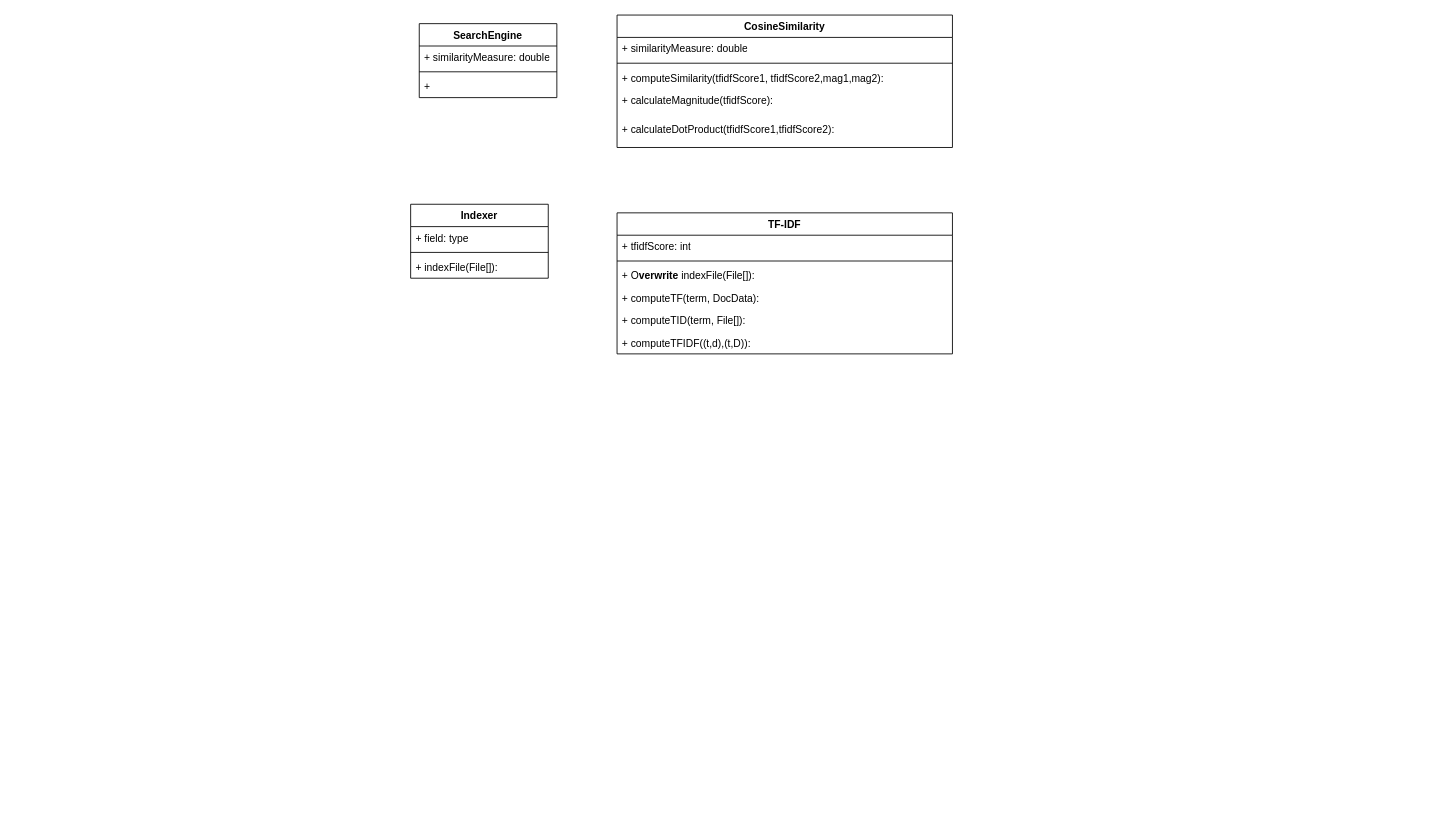
Santin203/Search-Engine keeps this draw.io diagram as indexer_diagram.drawio. Above is the earlier version. Source tidied: cells renumbered, new cells numbered last; positions are measured from the earlier drawing's top-left corner, leaving out a move shared by most shapes. Both pictures are drawn from the tidied source at 86%, with x=0, y=0 at pixel (410, 15).
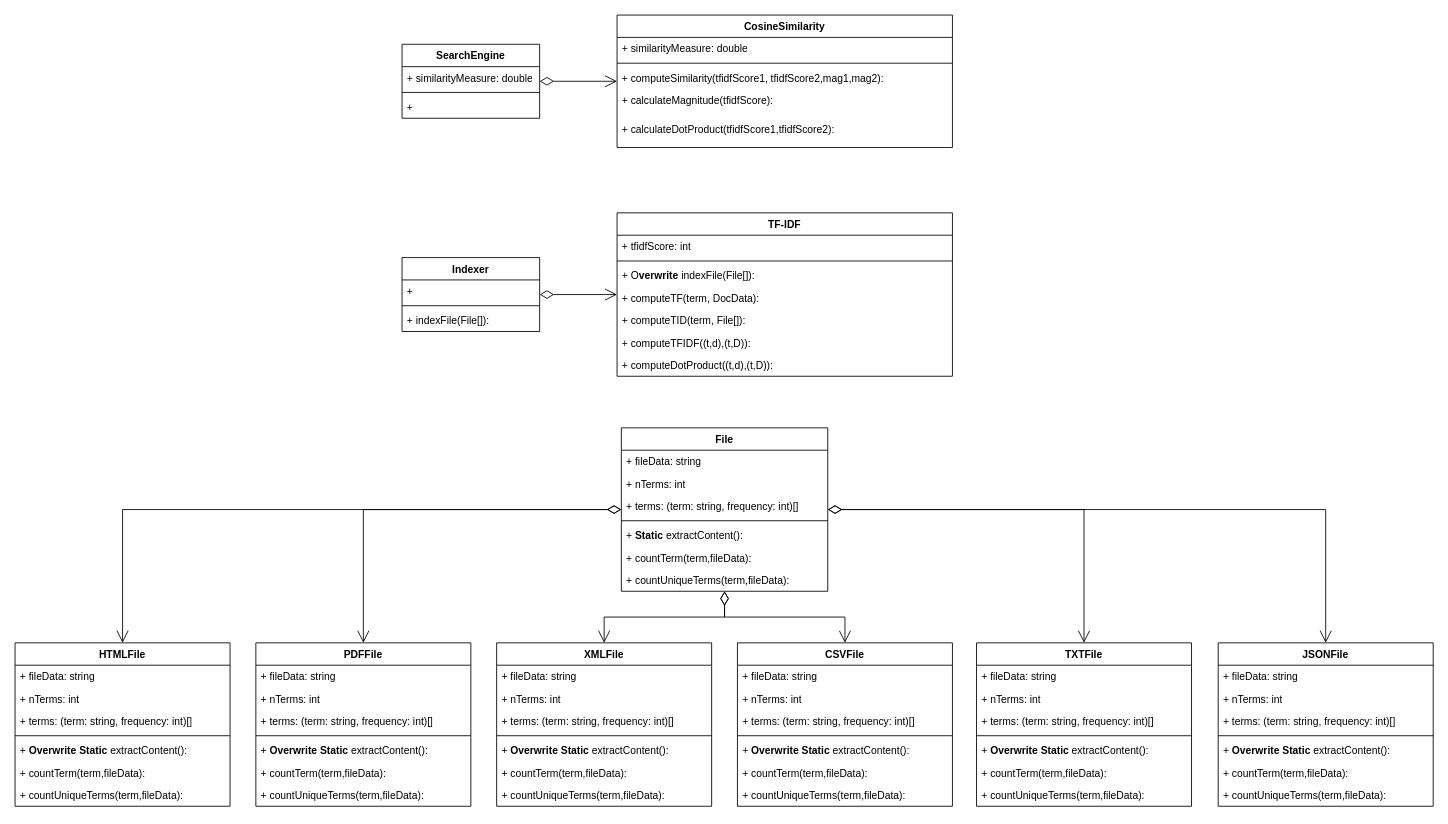
After the change.

The change refers to these unchanged cells:
```xml
<mxCell id="6" value="CosineSimilarity" style="swimlane;fontStyle=1;align=center;verticalAlign=top;horizontal=1;startSize=26;whiteSpace=wrap;html=1;" parent="1" vertex="1">
  <mxGeometry x="240" width="390" height="154" as="geometry" />
</mxCell>
```

Diff of the diagram source:
```diff
@@
     <mxCell id="2" value="SearchEngine" style="swimlane;fontStyle=1;align=center;verticalAlign=top;horizontal=1;startSize=26;whiteSpace=wrap;html=1;" parent="1" vertex="1">
-      <mxGeometry x="10" y="10" width="160" height="86" as="geometry" />
+      <mxGeometry x="-10" y="34" width="160" height="86" as="geometry" />
     </mxCell>
@@
     <mxCell id="12" value="Indexer" style="swimlane;fontStyle=1;align=center;verticalAlign=top;horizontal=1;startSize=26;whiteSpace=wrap;html=1;" parent="1" vertex="1">
-      <mxGeometry y="220" width="160" height="86" as="geometry" />
+      <mxGeometry x="-10" y="282" width="160" height="86" as="geometry" />
     </mxCell>
-    <mxCell id="13" value="+ field: type" style="text;strokeColor=none;fillColor=none;align=left;verticalAlign=top;spacingLeft=4;spacingRight=4;overflow=hidden;whiteSpace=wrap;html=1;" parent="12" vertex="1">
+    <mxCell id="13" value="+&amp;nbsp;" style="text;strokeColor=none;fillColor=none;align=left;verticalAlign=top;spacingLeft=4;spacingRight=4;overflow=hidden;whiteSpace=wrap;html=1;" parent="12" vertex="1">
       <mxGeometry y="26" width="160" height="26" as="geometry" />
     </mxCell>
@@
     <mxCell id="16" value="TF-IDF" style="swimlane;fontStyle=1;align=center;verticalAlign=top;horizontal=1;startSize=26;whiteSpace=wrap;html=1;" parent="1" vertex="1">
-      <mxGeometry x="240" y="230" width="390" height="164" as="geometry" />
+      <mxGeometry x="240" y="230" width="390" height="190" as="geometry" />
     </mxCell>
@@
+    <mxCell id="23" value="+ computeDotProduct((t,d),(t,D)):&amp;nbsp;" style="text;strokeColor=none;fillColor=none;align=left;verticalAlign=top;spacingLeft=4;spacingRight=4;overflow=hidden;whiteSpace=wrap;html=1;" parent="16" vertex="1">
+      <mxGeometry y="164" width="390" height="26" as="geometry" />
+    </mxCell>
+    <mxCell id="24" value="File" style="swimlane;fontStyle=1;align=center;verticalAlign=top;horizontal=1;startSize=26;whiteSpace=wrap;html=1;" parent="1" vertex="1">
+      <mxGeometry x="245" y="480" width="240" height="190" as="geometry" />
+    </mxCell>
+    <mxCell id="25" value="+ fileData: string" style="text;strokeColor=none;fillColor=none;align=left;verticalAlign=top;spacingLeft=4;spacingRight=4;overflow=hidden;whiteSpace=wrap;html=1;" parent="24" vertex="1">
+      <mxGeometry y="26" width="240" height="26" as="geometry" />
+    </mxCell>
+    <mxCell id="26" value="+ nTerms: int" style="text;strokeColor=none;fillColor=none;align=left;verticalAlign=top;spacingLeft=4;spacingRight=4;overflow=hidden;whiteSpace=wrap;html=1;" parent="24" vertex="1">
+      <mxGeometry y="52" width="240" height="26" as="geometry" />
+    </mxCell>
+    <mxCell id="27" value="+ terms: (term: string, frequency: int)[]" style="text;strokeColor=none;fillColor=none;align=left;verticalAlign=top;spacingLeft=4;spacingRight=4;overflow=hidden;whiteSpace=wrap;html=1;" parent="24" vertex="1">
+      <mxGeometry y="78" width="240" height="26" as="geometry" />
+    </mxCell>
+    <mxCell id="28" style="line;strokeWidth=1;fillColor=none;align=left;verticalAlign=middle;spacingTop=-1;spacingLeft=3;spacingRight=3;labelPosition=right;strokeColor=inherit;" parent="24" vertex="1">
+      <mxGeometry y="104" width="240" height="8" as="geometry" />
+    </mxCell>
+    <mxCell id="29" value="+ &lt;b&gt;Static&lt;/b&gt;&amp;nbsp;extractContent():&amp;nbsp;" style="text;strokeColor=none;fillColor=none;align=left;verticalAlign=top;spacingLeft=4;spacingRight=4;overflow=hidden;whiteSpace=wrap;html=1;" parent="24" vertex="1">
+      <mxGeometry y="112" width="240" height="26" as="geometry" />
+    </mxCell>
+    <mxCell id="30" value="+ countTerm(term,fileData):" style="text;strokeColor=none;fillColor=none;align=left;verticalAlign=top;spacingLeft=4;spacingRight=4;overflow=hidden;whiteSpace=wrap;html=1;" parent="24" vertex="1">
+      <mxGeometry y="138" width="240" height="26" as="geometry" />
+    </mxCell>
+    <mxCell id="31" value="+ countUniqueTerms(term,fileData):" style="text;strokeColor=none;fillColor=none;align=left;verticalAlign=top;spacingLeft=4;spacingRight=4;overflow=hidden;whiteSpace=wrap;html=1;" parent="24" vertex="1">
+      <mxGeometry y="164" width="240" height="26" as="geometry" />
+    </mxCell>
+    <mxCell id="32" value="HTMLFile" style="swimlane;fontStyle=1;align=center;verticalAlign=top;horizontal=1;startSize=26;whiteSpace=wrap;html=1;" parent="1" vertex="1">
+      <mxGeometry x="-460" y="730" width="250" height="190" as="geometry" />
+    </mxCell>
+    <mxCell id="33" value="+ fileData: string" style="text;strokeColor=none;fillColor=none;align=left;verticalAlign=top;spacingLeft=4;spacingRight=4;overflow=hidden;whiteSpace=wrap;html=1;" parent="32" vertex="1">
+      <mxGeometry y="26" width="250" height="26" as="geometry" />
+    </mxCell>
+    <mxCell id="34" value="+ nTerms: int" style="text;strokeColor=none;fillColor=none;align=left;verticalAlign=top;spacingLeft=4;spacingRight=4;overflow=hidden;whiteSpace=wrap;html=1;" parent="32" vertex="1">
+      <mxGeometry y="52" width="250" height="26" as="geometry" />
+    </mxCell>
+    <mxCell id="35" value="+ terms: (term: string, frequency: int)[]" style="text;strokeColor=none;fillColor=none;align=left;verticalAlign=top;spacingLeft=4;spacingRight=4;overflow=hidden;whiteSpace=wrap;html=1;" parent="32" vertex="1">
+      <mxGeometry y="78" width="250" height="26" as="geometry" />
+    </mxCell>
+    <mxCell id="36" style="line;strokeWidth=1;fillColor=none;align=left;verticalAlign=middle;spacingTop=-1;spacingLeft=3;spacingRight=3;labelPosition=right;strokeColor=inherit;" parent="32" vertex="1">
+      <mxGeometry y="104" width="250" height="8" as="geometry" />
+    </mxCell>
+    <mxCell id="37" value="+&amp;nbsp;&lt;b style=&quot;background-color: initial;&quot;&gt;Overwrite Static &lt;/b&gt;&lt;span style=&quot;background-color: initial;&quot;&gt;e&lt;/span&gt;&lt;span style=&quot;background-color: initial;&quot;&gt;xtractContent():&lt;/span&gt;" style="text;strokeColor=none;fillColor=none;align=left;verticalAlign=top;spacingLeft=4;spacingRight=4;overflow=hidden;whiteSpace=wrap;html=1;" parent="32" vertex="1">
+      <mxGeometry y="112" width="250" height="26" as="geometry" />
+    </mxCell>
+    <mxCell id="38" value="+ countTerm(term,fileData):" style="text;strokeColor=none;fillColor=none;align=left;verticalAlign=top;spacingLeft=4;spacingRight=4;overflow=hidden;whiteSpace=wrap;html=1;" parent="32" vertex="1">
+      <mxGeometry y="138" width="250" height="26" as="geometry" />
+    </mxCell>
+    <mxCell id="39" value="+ countUniqueTerms(term,fileData):" style="text;strokeColor=none;fillColor=none;align=left;verticalAlign=top;spacingLeft=4;spacingRight=4;overflow=hidden;whiteSpace=wrap;html=1;" parent="32" vertex="1">
+      <mxGeometry y="164" width="250" height="26" as="geometry" />
+    </mxCell>
+    <mxCell id="40" value="JSONFile" style="swimlane;fontStyle=1;align=center;verticalAlign=top;horizontal=1;startSize=26;whiteSpace=wrap;html=1;" parent="1" vertex="1">
+      <mxGeometry x="939" y="730" width="250" height="190" as="geometry" />
+    </mxCell>
+    <mxCell id="41" value="+ fileData: string" style="text;strokeColor=none;fillColor=none;align=left;verticalAlign=top;spacingLeft=4;spacingRight=4;overflow=hidden;whiteSpace=wrap;html=1;" parent="40" vertex="1">
+      <mxGeometry y="26" width="250" height="26" as="geometry" />
+    </mxCell>
+    <mxCell id="42" value="+ nTerms: int" style="text;strokeColor=none;fillColor=none;align=left;verticalAlign=top;spacingLeft=4;spacingRight=4;overflow=hidden;whiteSpace=wrap;html=1;" parent="40" vertex="1">
+      <mxGeometry y="52" width="250" height="26" as="geometry" />
+    </mxCell>
+    <mxCell id="43" value="+ terms: (term: string, frequency: int)[]" style="text;strokeColor=none;fillColor=none;align=left;verticalAlign=top;spacingLeft=4;spacingRight=4;overflow=hidden;whiteSpace=wrap;html=1;" parent="40" vertex="1">
+      <mxGeometry y="78" width="250" height="26" as="geometry" />
+    </mxCell>
+    <mxCell id="44" style="line;strokeWidth=1;fillColor=none;align=left;verticalAlign=middle;spacingTop=-1;spacingLeft=3;spacingRight=3;labelPosition=right;strokeColor=inherit;" parent="40" vertex="1">
+      <mxGeometry y="104" width="250" height="8" as="geometry" />
+    </mxCell>
+    <mxCell id="45" value="+&amp;nbsp;&lt;b style=&quot;background-color: initial;&quot;&gt;Overwrite Static &lt;/b&gt;&lt;span style=&quot;background-color: initial;&quot;&gt;e&lt;/span&gt;&lt;span style=&quot;background-color: initial;&quot;&gt;xtractContent():&lt;/span&gt;" style="text;strokeColor=none;fillColor=none;align=left;verticalAlign=top;spacingLeft=4;spacingRight=4;overflow=hidden;whiteSpace=wrap;html=1;" parent="40" vertex="1">
+      <mxGeometry y="112" width="250" height="26" as="geometry" />
+    </mxCell>
+    <mxCell id="46" value="+ countTerm(term,fileData):" style="text;strokeColor=none;fillColor=none;align=left;verticalAlign=top;spacingLeft=4;spacingRight=4;overflow=hidden;whiteSpace=wrap;html=1;" parent="40" vertex="1">
+      <mxGeometry y="138" width="250" height="26" as="geometry" />
+    </mxCell>
+    <mxCell id="47" value="+ countUniqueTerms(term,fileData):" style="text;strokeColor=none;fillColor=none;align=left;verticalAlign=top;spacingLeft=4;spacingRight=4;overflow=hidden;whiteSpace=wrap;html=1;" parent="40" vertex="1">
+      <mxGeometry y="164" width="250" height="26" as="geometry" />
+    </mxCell>
+    <mxCell id="48" value="TXTFile" style="swimlane;fontStyle=1;align=center;verticalAlign=top;horizontal=1;startSize=26;whiteSpace=wrap;html=1;" parent="1" vertex="1">
+      <mxGeometry x="658" y="730" width="250" height="190" as="geometry" />
+    </mxCell>
+    <mxCell id="49" value="+ fileData: string" style="text;strokeColor=none;fillColor=none;align=left;verticalAlign=top;spacingLeft=4;spacingRight=4;overflow=hidden;whiteSpace=wrap;html=1;" parent="48" vertex="1">
+      <mxGeometry y="26" width="250" height="26" as="geometry" />
+    </mxCell>
+    <mxCell id="50" value="+ nTerms: int" style="text;strokeColor=none;fillColor=none;align=left;verticalAlign=top;spacingLeft=4;spacingRight=4;overflow=hidden;whiteSpace=wrap;html=1;" parent="48" vertex="1">
+      <mxGeometry y="52" width="250" height="26" as="geometry" />
+    </mxCell>
+    <mxCell id="51" value="+ terms: (term: string, frequency: int)[]" style="text;strokeColor=none;fillColor=none;align=left;verticalAlign=top;spacingLeft=4;spacingRight=4;overflow=hidden;whiteSpace=wrap;html=1;" parent="48" vertex="1">
+      <mxGeometry y="78" width="250" height="26" as="geometry" />
+    </mxCell>
+    <mxCell id="52" style="line;strokeWidth=1;fillColor=none;align=left;verticalAlign=middle;spacingTop=-1;spacingLeft=3;spacingRight=3;labelPosition=right;strokeColor=inherit;" parent="48" vertex="1">
+      <mxGeometry y="104" width="250" height="8" as="geometry" />
+    </mxCell>
+    <mxCell id="53" value="+&amp;nbsp;&lt;b style=&quot;background-color: initial;&quot;&gt;Overwrite Static &lt;/b&gt;&lt;span style=&quot;background-color: initial;&quot;&gt;e&lt;/span&gt;&lt;span style=&quot;background-color: initial;&quot;&gt;xtractContent():&lt;/span&gt;" style="text;strokeColor=none;fillColor=none;align=left;verticalAlign=top;spacingLeft=4;spacingRight=4;overflow=hidden;whiteSpace=wrap;html=1;" parent="48" vertex="1">
+      <mxGeometry y="112" width="250" height="26" as="geometry" />
+    </mxCell>
+    <mxCell id="54" value="+ countTerm(term,fileData):" style="text;strokeColor=none;fillColor=none;align=left;verticalAlign=top;spacingLeft=4;spacingRight=4;overflow=hidden;whiteSpace=wrap;html=1;" parent="48" vertex="1">
+      <mxGeometry y="138" width="250" height="26" as="geometry" />
+    </mxCell>
+    <mxCell id="55" value="+ countUniqueTerms(term,fileData):" style="text;strokeColor=none;fillColor=none;align=left;verticalAlign=top;spacingLeft=4;spacingRight=4;overflow=hidden;whiteSpace=wrap;html=1;" parent="48" vertex="1">
+      <mxGeometry y="164" width="250" height="26" as="geometry" />
+    </mxCell>
+    <mxCell id="56" value="CSVFile" style="swimlane;fontStyle=1;align=center;verticalAlign=top;horizontal=1;startSize=26;whiteSpace=wrap;html=1;" parent="1" vertex="1">
+      <mxGeometry x="380" y="730" width="250" height="190" as="geometry" />
+    </mxCell>
+    <mxCell id="57" value="+ fileData: string" style="text;strokeColor=none;fillColor=none;align=left;verticalAlign=top;spacingLeft=4;spacingRight=4;overflow=hidden;whiteSpace=wrap;html=1;" parent="56" vertex="1">
+      <mxGeometry y="26" width="250" height="26" as="geometry" />
+    </mxCell>
+    <mxCell id="58" value="+ nTerms: int" style="text;strokeColor=none;fillColor=none;align=left;verticalAlign=top;spacingLeft=4;spacingRight=4;overflow=hidden;whiteSpace=wrap;html=1;" parent="56" vertex="1">
+      <mxGeometry y="52" width="250" height="26" as="geometry" />
+    </mxCell>
+    <mxCell id="59" value="+ terms: (term: string, frequency: int)[]" style="text;strokeColor=none;fillColor=none;align=left;verticalAlign=top;spacingLeft=4;spacingRight=4;overflow=hidden;whiteSpace=wrap;html=1;" parent="56" vertex="1">
+      <mxGeometry y="78" width="250" height="26" as="geometry" />
+    </mxCell>
+    <mxCell id="60" style="line;strokeWidth=1;fillColor=none;align=left;verticalAlign=middle;spacingTop=-1;spacingLeft=3;spacingRight=3;labelPosition=right;strokeColor=inherit;" parent="56" vertex="1">
+      <mxGeometry y="104" width="250" height="8" as="geometry" />
+    </mxCell>
+    <mxCell id="61" value="+&amp;nbsp;&lt;b style=&quot;background-color: initial;&quot;&gt;Overwrite Static &lt;/b&gt;&lt;span style=&quot;background-color: initial;&quot;&gt;e&lt;/span&gt;&lt;span style=&quot;background-color: initial;&quot;&gt;xtractContent():&lt;/span&gt;" style="text;strokeColor=none;fillColor=none;align=left;verticalAlign=top;spacingLeft=4;spacingRight=4;overflow=hidden;whiteSpace=wrap;html=1;" parent="56" vertex="1">
+      <mxGeometry y="112" width="250" height="26" as="geometry" />
+    </mxCell>
+    <mxCell id="62" value="+ countTerm(term,fileData):" style="text;strokeColor=none;fillColor=none;align=left;verticalAlign=top;spacingLeft=4;spacingRight=4;overflow=hidden;whiteSpace=wrap;html=1;" parent="56" vertex="1">
+      <mxGeometry y="138" width="250" height="26" as="geometry" />
+    </mxCell>
+    <mxCell id="63" value="+ countUniqueTerms(term,fileData):" style="text;strokeColor=none;fillColor=none;align=left;verticalAlign=top;spacingLeft=4;spacingRight=4;overflow=hidden;whiteSpace=wrap;html=1;" parent="56" vertex="1">
+      <mxGeometry y="164" width="250" height="26" as="geometry" />
+    </mxCell>
+    <mxCell id="64" value="XMLFile" style="swimlane;fontStyle=1;align=center;verticalAlign=top;horizontal=1;startSize=26;whiteSpace=wrap;html=1;" parent="1" vertex="1">
+      <mxGeometry x="100" y="730" width="250" height="190" as="geometry" />
+    </mxCell>
+    <mxCell id="65" value="+ fileData: string" style="text;strokeColor=none;fillColor=none;align=left;verticalAlign=top;spacingLeft=4;spacingRight=4;overflow=hidden;whiteSpace=wrap;html=1;" parent="64" vertex="1">
+      <mxGeometry y="26" width="250" height="26" as="geometry" />
+    </mxCell>
+    <mxCell id="66" value="+ nTerms: int" style="text;strokeColor=none;fillColor=none;align=left;verticalAlign=top;spacingLeft=4;spacingRight=4;overflow=hidden;whiteSpace=wrap;html=1;" parent="64" vertex="1">
+      <mxGeometry y="52" width="250" height="26" as="geometry" />
+    </mxCell>
+    <mxCell id="67" value="+ terms: (term: string, frequency: int)[]" style="text;strokeColor=none;fillColor=none;align=left;verticalAlign=top;spacingLeft=4;spacingRight=4;overflow=hidden;whiteSpace=wrap;html=1;" parent="64" vertex="1">
+      <mxGeometry y="78" width="250" height="26" as="geometry" />
+    </mxCell>
+    <mxCell id="68" style="line;strokeWidth=1;fillColor=none;align=left;verticalAlign=middle;spacingTop=-1;spacingLeft=3;spacingRight=3;labelPosition=right;strokeColor=inherit;" parent="64" vertex="1">
+      <mxGeometry y="104" width="250" height="8" as="geometry" />
+    </mxCell>
+    <mxCell id="69" value="+&amp;nbsp;&lt;b style=&quot;background-color: initial;&quot;&gt;Overwrite Static &lt;/b&gt;&lt;span style=&quot;background-color: initial;&quot;&gt;e&lt;/span&gt;&lt;span style=&quot;background-color: initial;&quot;&gt;xtractContent():&lt;/span&gt;" style="text;strokeColor=none;fillColor=none;align=left;verticalAlign=top;spacingLeft=4;spacingRight=4;overflow=hidden;whiteSpace=wrap;html=1;" parent="64" vertex="1">
+      <mxGeometry y="112" width="250" height="26" as="geometry" />
+    </mxCell>
+    <mxCell id="70" value="+ countTerm(term,fileData):" style="text;strokeColor=none;fillColor=none;align=left;verticalAlign=top;spacingLeft=4;spacingRight=4;overflow=hidden;whiteSpace=wrap;html=1;" parent="64" vertex="1">
+      <mxGeometry y="138" width="250" height="26" as="geometry" />
+    </mxCell>
+    <mxCell id="71" value="+ countUniqueTerms(term,fileData):" style="text;strokeColor=none;fillColor=none;align=left;verticalAlign=top;spacingLeft=4;spacingRight=4;overflow=hidden;whiteSpace=wrap;html=1;" parent="64" vertex="1">
+      <mxGeometry y="164" width="250" height="26" as="geometry" />
+    </mxCell>
+    <mxCell id="72" value="PDFFile" style="swimlane;fontStyle=1;align=center;verticalAlign=top;horizontal=1;startSize=26;whiteSpace=wrap;html=1;" parent="1" vertex="1">
+      <mxGeometry x="-180" y="730" width="250" height="190" as="geometry" />
+    </mxCell>
+    <mxCell id="73" value="+ fileData: string" style="text;strokeColor=none;fillColor=none;align=left;verticalAlign=top;spacingLeft=4;spacingRight=4;overflow=hidden;whiteSpace=wrap;html=1;" parent="72" vertex="1">
+      <mxGeometry y="26" width="250" height="26" as="geometry" />
+    </mxCell>
+    <mxCell id="74" value="+ nTerms: int" style="text;strokeColor=none;fillColor=none;align=left;verticalAlign=top;spacingLeft=4;spacingRight=4;overflow=hidden;whiteSpace=wrap;html=1;" parent="72" vertex="1">
+      <mxGeometry y="52" width="250" height="26" as="geometry" />
+    </mxCell>
+    <mxCell id="75" value="+ terms: (term: string, frequency: int)[]" style="text;strokeColor=none;fillColor=none;align=left;verticalAlign=top;spacingLeft=4;spacingRight=4;overflow=hidden;whiteSpace=wrap;html=1;" parent="72" vertex="1">
+      <mxGeometry y="78" width="250" height="26" as="geometry" />
+    </mxCell>
+    <mxCell id="76" style="line;strokeWidth=1;fillColor=none;align=left;verticalAlign=middle;spacingTop=-1;spacingLeft=3;spacingRight=3;labelPosition=right;strokeColor=inherit;" parent="72" vertex="1">
+      <mxGeometry y="104" width="250" height="8" as="geometry" />
+    </mxCell>
+    <mxCell id="77" value="+&amp;nbsp;&lt;b style=&quot;background-color: initial;&quot;&gt;Overwrite Static &lt;/b&gt;&lt;span style=&quot;background-color: initial;&quot;&gt;e&lt;/span&gt;&lt;span style=&quot;background-color: initial;&quot;&gt;xtractContent():&lt;/span&gt;" style="text;strokeColor=none;fillColor=none;align=left;verticalAlign=top;spacingLeft=4;spacingRight=4;overflow=hidden;whiteSpace=wrap;html=1;" parent="72" vertex="1">
+      <mxGeometry y="112" width="250" height="26" as="geometry" />
+    </mxCell>
+    <mxCell id="78" value="+ countTerm(term,fileData):" style="text;strokeColor=none;fillColor=none;align=left;verticalAlign=top;spacingLeft=4;spacingRight=4;overflow=hidden;whiteSpace=wrap;html=1;" parent="72" vertex="1">
+      <mxGeometry y="138" width="250" height="26" as="geometry" />
+    </mxCell>
+    <mxCell id="79" value="+ countUniqueTerms(term,fileData):" style="text;strokeColor=none;fillColor=none;align=left;verticalAlign=top;spacingLeft=4;spacingRight=4;overflow=hidden;whiteSpace=wrap;html=1;" parent="72" vertex="1">
+      <mxGeometry y="164" width="250" height="26" as="geometry" />
+    </mxCell>
+    <mxCell id="80" style="endArrow=open;html=1;endSize=12;startArrow=diamondThin;startSize=14;startFill=0;edgeStyle=orthogonalEdgeStyle;align=left;verticalAlign=bottom;rounded=0;" parent="1" edge="1" source="24" target="56">
+      <mxGeometry x="-0.87" y="25" relative="1" as="geometry">
+        <mxPoint y="1" as="offset" />
+      </mxGeometry>
+    </mxCell>
+    <mxCell id="81" style="endArrow=open;html=1;endSize=12;startArrow=diamondThin;startSize=14;startFill=0;edgeStyle=orthogonalEdgeStyle;align=left;verticalAlign=bottom;rounded=0;" parent="1" edge="1" source="24" target="72">
+      <mxGeometry x="-0.87" y="25" relative="1" as="geometry">
+        <mxPoint y="1" as="offset" />
+      </mxGeometry>
+    </mxCell>
+    <mxCell id="82" style="endArrow=open;html=1;endSize=12;startArrow=diamondThin;startSize=14;startFill=0;edgeStyle=orthogonalEdgeStyle;align=left;verticalAlign=bottom;rounded=0;" parent="1" edge="1" source="24" target="48">
+      <mxGeometry x="-0.87" y="25" relative="1" as="geometry">
+        <mxPoint y="1" as="offset" />
+      </mxGeometry>
+    </mxCell>
+    <mxCell id="83" style="endArrow=open;html=1;endSize=12;startArrow=diamondThin;startSize=14;startFill=0;edgeStyle=orthogonalEdgeStyle;align=left;verticalAlign=bottom;rounded=0;" parent="1" edge="1" source="24" target="40">
+      <mxGeometry x="-0.87" y="25" relative="1" as="geometry">
+        <mxPoint y="1" as="offset" />
+      </mxGeometry>
+    </mxCell>
+    <mxCell id="84" style="endArrow=open;html=1;endSize=12;startArrow=diamondThin;startSize=14;startFill=0;edgeStyle=orthogonalEdgeStyle;align=left;verticalAlign=bottom;rounded=0;" parent="1" edge="1" source="24" target="32">
+      <mxGeometry x="-0.87" y="25" relative="1" as="geometry">
+        <mxPoint y="1" as="offset" />
+      </mxGeometry>
+    </mxCell>
+    <mxCell id="85" style="endArrow=open;html=1;endSize=12;startArrow=diamondThin;startSize=14;startFill=0;edgeStyle=orthogonalEdgeStyle;align=left;verticalAlign=bottom;rounded=0;" parent="1" edge="1" source="24" target="64">
+      <mxGeometry x="-0.87" y="25" relative="1" as="geometry">
+        <mxPoint y="1" as="offset" />
+      </mxGeometry>
+    </mxCell>
+    <mxCell id="86" style="endArrow=open;html=1;endSize=12;startArrow=diamondThin;startSize=14;startFill=0;edgeStyle=orthogonalEdgeStyle;align=left;verticalAlign=bottom;rounded=0;" parent="1" edge="1" source="12" target="16">
+      <mxGeometry x="-0.87" y="25" relative="1" as="geometry">
+        <mxPoint y="1" as="offset" />
+      </mxGeometry>
+    </mxCell>
+    <mxCell id="87" style="endArrow=open;html=1;endSize=12;startArrow=diamondThin;startSize=14;startFill=0;edgeStyle=orthogonalEdgeStyle;align=left;verticalAlign=bottom;rounded=0;" parent="1" edge="1" source="2" target="6">
+      <mxGeometry x="-0.87" y="25" relative="1" as="geometry">
+        <mxPoint y="1" as="offset" />
+      </mxGeometry>
+    </mxCell>
```
